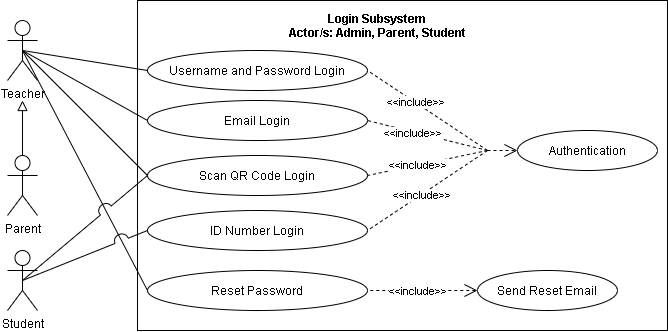
Above: REVISIONS/UML-DIAGRAMS/6-9-2021/USE CASE/Diagram-LOG IN.png in mrklglsn/CAPSTONE-FILES (draw.io), before the change. Source tidied: cells renumbered, new cells last; positions are measured from the earlier drawing's top-left corner, leaving out a move shared by most shapes.
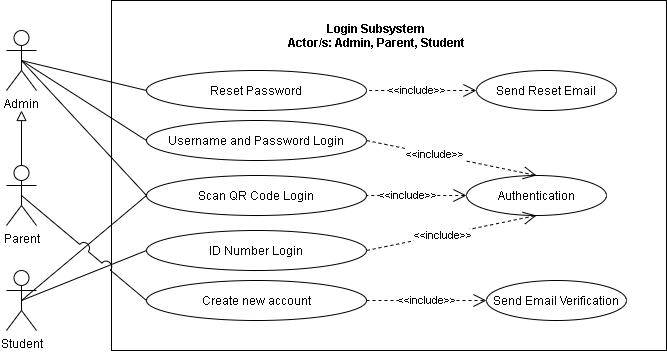
After the commit.

What changed in the source:
```diff
@@ -3,69 +3,49 @@
     <mxCell id="0" />
     <mxCell id="1" parent="0" />
     <mxCell id="2" style="html=1;fillColor=none;" parent="1" vertex="1">
-      <mxGeometry x="130" width="530" height="330" as="geometry" />
+      <mxGeometry x="105" y="-10" width="555" height="350" as="geometry" />
     </mxCell>
     <mxCell id="3" style="rounded=0;jumpStyle=arc;jumpSize=14;jettySize=auto;html=1;exitX=0.5;exitY=0.5;exitDx=0;exitDy=0;exitPerimeter=0;entryX=0;entryY=0.5;entryDx=0;entryDy=0;startArrow=none;startFill=0;endArrow=none;endFill=0;startSize=11;endSize=11;" parent="1" edge="1" source="7" target="8">
       <mxGeometry relative="1" as="geometry" />
     </mxCell>
-    <mxCell id="4" style="edgeStyle=none;rounded=0;jumpStyle=arc;jumpSize=14;jettySize=auto;html=1;exitX=0.5;exitY=0.5;exitDx=0;exitDy=0;exitPerimeter=0;entryX=0;entryY=0.5;entryDx=0;entryDy=0;startArrow=none;startFill=0;endArrow=none;endFill=0;startSize=11;endSize=11;" parent="1" edge="1" source="7" target="18">
-      <mxGeometry relative="1" as="geometry" />
-    </mxCell>
     <mxCell id="5" style="edgeStyle=none;rounded=0;jumpStyle=arc;jumpSize=14;jettySize=auto;html=1;exitX=0.5;exitY=0.5;exitDx=0;exitDy=0;exitPerimeter=0;entryX=0;entryY=0.5;entryDx=0;entryDy=0;startArrow=none;startFill=0;endArrow=none;endFill=0;startSize=11;endSize=11;" parent="1" edge="1" source="7" target="19">
       <mxGeometry relative="1" as="geometry" />
     </mxCell>
     <mxCell id="6" style="edgeStyle=none;rounded=0;jumpStyle=arc;jumpSize=14;jettySize=auto;html=1;exitX=0.5;exitY=0.5;exitDx=0;exitDy=0;exitPerimeter=0;entryX=0;entryY=0.5;entryDx=0;entryDy=0;startArrow=none;startFill=0;endArrow=none;endFill=0;startSize=11;endSize=11;" parent="1" edge="1" source="7" target="24">
       <mxGeometry relative="1" as="geometry" />
     </mxCell>
-    <mxCell id="7" value="Teacher" style="shape=umlActor;verticalLabelPosition=bottom;verticalAlign=top;html=1;fillColor=none;" parent="1" vertex="1">
+    <mxCell id="7" value="Admin" style="shape=umlActor;verticalLabelPosition=bottom;verticalAlign=top;html=1;fillColor=none;" parent="1" vertex="1">
       <mxGeometry y="20" width="30" height="60" as="geometry" />
     </mxCell>
     <mxCell id="8" value="Username and Password Login" style="ellipse;whiteSpace=wrap;html=1;fillColor=none;" parent="1" vertex="1">
-      <mxGeometry x="140" y="50" width="220" height="40" as="geometry" />
+      <mxGeometry x="140" y="110" width="220" height="40" as="geometry" />
     </mxCell>
     <mxCell id="9" value="Login Subsystem&#10;Actor/s: Admin, Parent, Student" style="text;align=center;fontStyle=1;verticalAlign=middle;spacingLeft=3;spacingRight=3;strokeColor=none;fillColor=none;" parent="1" vertex="1">
       <mxGeometry x="210" y="10" width="320" height="30" as="geometry" />
     </mxCell>
-    <mxCell id="10" style="edgeStyle=none;rounded=0;jumpStyle=arc;jumpSize=14;jettySize=auto;html=1;exitX=0;exitY=0.5;exitDx=0;exitDy=0;entryX=1;entryY=0.5;entryDx=0;entryDy=0;startArrow=none;startFill=0;endArrow=none;endFill=0;startSize=11;endSize=11;dashed=1;" parent="1" edge="1" target="8">
-      <mxGeometry relative="1" as="geometry">
-        <mxPoint x="480" y="150" as="sourcePoint" />
-      </mxGeometry>
+    <mxCell id="10" style="edgeStyle=none;rounded=0;jumpStyle=arc;jumpSize=14;jettySize=auto;html=1;entryX=1;entryY=0.5;entryDx=0;entryDy=0;startArrow=open;startFill=0;endArrow=none;endFill=0;startSize=11;endSize=11;dashed=1;exitX=0.5;exitY=0;exitDx=0;exitDy=0;" parent="1" edge="1" source="29" target="8">
+      <mxGeometry relative="1" as="geometry" />
     </mxCell>
     <mxCell id="11" value="&amp;lt;&amp;lt;include&amp;gt;&amp;gt;" style="edgeLabel;html=1;align=center;verticalAlign=middle;" parent="10" vertex="1">
       <mxGeometry x="0.2" relative="1" as="geometry" />
     </mxCell>
-    <mxCell id="12" style="edgeStyle=none;rounded=0;jumpStyle=arc;jumpSize=14;jettySize=auto;html=1;exitX=0;exitY=0.5;exitDx=0;exitDy=0;entryX=1;entryY=0.5;entryDx=0;entryDy=0;dashed=1;startArrow=none;startFill=0;endArrow=none;endFill=0;startSize=11;endSize=11;" parent="1" edge="1" target="18">
-      <mxGeometry relative="1" as="geometry">
-        <mxPoint x="480" y="150" as="sourcePoint" />
-      </mxGeometry>
-    </mxCell>
-    <mxCell id="13" value="&amp;lt;&amp;lt;include&amp;gt;&amp;gt;" style="edgeLabel;html=1;align=center;verticalAlign=middle;" parent="12" vertex="1">
-      <mxGeometry x="0.26" y="1" relative="1" as="geometry" />
-    </mxCell>
-    <mxCell id="14" style="edgeStyle=none;rounded=0;jumpStyle=arc;jumpSize=14;jettySize=auto;html=1;exitX=0;exitY=0.5;exitDx=0;exitDy=0;entryX=1;entryY=0.5;entryDx=0;entryDy=0;dashed=1;startArrow=none;startFill=0;endArrow=none;endFill=0;startSize=11;endSize=11;" parent="1" edge="1" target="19">
-      <mxGeometry relative="1" as="geometry">
-        <mxPoint x="480" y="150" as="sourcePoint" />
-      </mxGeometry>
+    <mxCell id="14" style="edgeStyle=none;rounded=0;jumpStyle=arc;jumpSize=14;jettySize=auto;html=1;entryX=1;entryY=0.5;entryDx=0;entryDy=0;dashed=1;startArrow=open;startFill=0;endArrow=none;endFill=0;startSize=11;endSize=11;exitX=0;exitY=0.5;exitDx=0;exitDy=0;" parent="1" edge="1" source="29" target="19">
+      <mxGeometry relative="1" as="geometry" />
     </mxCell>
     <mxCell id="15" value="&amp;lt;&amp;lt;include&amp;gt;&amp;gt;" style="edgeLabel;html=1;align=center;verticalAlign=middle;" parent="14" vertex="1">
       <mxGeometry x="0.18" relative="1" as="geometry" />
     </mxCell>
-    <mxCell id="16" style="edgeStyle=none;rounded=0;jumpStyle=arc;jumpSize=14;jettySize=auto;html=1;exitX=0;exitY=0.5;exitDx=0;exitDy=0;entryX=1;entryY=0.5;entryDx=0;entryDy=0;dashed=1;startArrow=none;startFill=0;endArrow=none;endFill=0;startSize=11;endSize=11;" parent="1" edge="1" target="20">
-      <mxGeometry relative="1" as="geometry">
-        <mxPoint x="480" y="150" as="sourcePoint" />
-      </mxGeometry>
+    <mxCell id="16" style="edgeStyle=none;rounded=0;jumpStyle=arc;jumpSize=14;jettySize=auto;html=1;entryX=1;entryY=0.5;entryDx=0;entryDy=0;dashed=1;startArrow=open;startFill=0;endArrow=none;endFill=0;startSize=11;endSize=11;exitX=0.5;exitY=1;exitDx=0;exitDy=0;" parent="1" edge="1" source="29" target="20">
+      <mxGeometry relative="1" as="geometry" />
     </mxCell>
     <mxCell id="17" value="&amp;lt;&amp;lt;include&amp;gt;&amp;gt;" style="edgeLabel;html=1;align=center;verticalAlign=middle;" parent="16" vertex="1">
       <mxGeometry x="0.11" relative="1" as="geometry" />
     </mxCell>
-    <mxCell id="18" value="Email Login" style="ellipse;whiteSpace=wrap;html=1;fillColor=none;" parent="1" vertex="1">
-      <mxGeometry x="140" y="100" width="220" height="40" as="geometry" />
-    </mxCell>
     <mxCell id="19" value="Scan QR Code Login" style="ellipse;whiteSpace=wrap;html=1;fillColor=none;" parent="1" vertex="1">
-      <mxGeometry x="140" y="155" width="220" height="40" as="geometry" />
+      <mxGeometry x="140" y="165" width="220" height="40" as="geometry" />
     </mxCell>
     <mxCell id="20" value="ID Number Login" style="ellipse;whiteSpace=wrap;html=1;fillColor=none;" parent="1" vertex="1">
-      <mxGeometry x="140" y="210" width="220" height="40" as="geometry" />
+      <mxGeometry x="140" y="220" width="220" height="40" as="geometry" />
     </mxCell>
     <mxCell id="21" style="edgeStyle=none;rounded=0;jumpStyle=arc;jumpSize=14;jettySize=auto;html=1;exitX=0.5;exitY=0.5;exitDx=0;exitDy=0;exitPerimeter=0;entryX=0;entryY=0.5;entryDx=0;entryDy=0;startArrow=none;startFill=0;endArrow=none;endFill=0;startSize=11;endSize=11;" parent="1" edge="1" source="23" target="19">
       <mxGeometry relative="1" as="geometry" />
@@ -74,13 +54,13 @@
       <mxGeometry relative="1" as="geometry" />
     </mxCell>
     <mxCell id="23" value="Student" style="shape=umlActor;verticalLabelPosition=bottom;verticalAlign=top;html=1;fillColor=none;" parent="1" vertex="1">
-      <mxGeometry y="250" width="30" height="60" as="geometry" />
+      <mxGeometry y="260" width="30" height="60" as="geometry" />
     </mxCell>
     <mxCell id="24" value="Reset Password" style="ellipse;whiteSpace=wrap;html=1;fillColor=none;" parent="1" vertex="1">
-      <mxGeometry x="140" y="270" width="220" height="40" as="geometry" />
+      <mxGeometry x="140" y="60" width="220" height="40" as="geometry" />
     </mxCell>
     <mxCell id="25" value="Send Reset Email" style="ellipse;whiteSpace=wrap;html=1;fillColor=none;" parent="1" vertex="1">
-      <mxGeometry x="470" y="270" width="140" height="40" as="geometry" />
+      <mxGeometry x="470" y="60" width="140" height="40" as="geometry" />
     </mxCell>
     <mxCell id="26" style="edgeStyle=none;rounded=0;jumpStyle=arc;jumpSize=14;jettySize=auto;html=1;exitX=0;exitY=0.5;exitDx=0;exitDy=0;dashed=1;startArrow=open;startFill=0;endArrow=none;endFill=0;startSize=11;endSize=11;entryX=1;entryY=0.5;entryDx=0;entryDy=0;" parent="1" edge="1" source="25" target="24">
       <mxGeometry relative="1" as="geometry" />
@@ -88,21 +68,28 @@
     <mxCell id="27" value="&amp;lt;&amp;lt;include&amp;gt;&amp;gt;" style="edgeLabel;html=1;align=center;verticalAlign=middle;" parent="26" vertex="1">
       <mxGeometry x="0.11" relative="1" as="geometry" />
     </mxCell>
-    <mxCell id="28" style="endArrow=open;dashed=1;html=1;startSize=11;endSize=11;entryX=0;entryY=0.5;entryDx=0;entryDy=0;endFill=0;" parent="1" edge="1" target="29">
-      <mxGeometry relative="1" as="geometry">
-        <mxPoint x="480" y="150" as="sourcePoint" />
-      </mxGeometry>
-    </mxCell>
     <mxCell id="29" value="Authentication" style="ellipse;whiteSpace=wrap;html=1;fillColor=none;" parent="1" vertex="1">
-      <mxGeometry x="510" y="130" width="140" height="40" as="geometry" />
+      <mxGeometry x="460" y="165" width="140" height="40" as="geometry" />
     </mxCell>
     <mxCell id="30" style="edgeStyle=orthogonalEdgeStyle;rounded=0;jettySize=auto;html=1;exitX=0.5;exitY=0;exitDx=0;exitDy=0;exitPerimeter=0;endArrow=block;endFill=0;endSize=8;" parent="1" edge="1" source="31">
       <mxGeometry relative="1" as="geometry">
         <mxPoint x="15" y="100" as="targetPoint" />
       </mxGeometry>
     </mxCell>
+    <mxCell id="32" style="rounded=0;jettySize=auto;html=1;exitX=0.5;exitY=0.5;exitDx=0;exitDy=0;exitPerimeter=0;entryX=0;entryY=0.5;entryDx=0;entryDy=0;endArrow=none;endFill=0;jumpStyle=arc;jumpSize=11;" parent="1" edge="1" source="31" target="33">
+      <mxGeometry relative="1" as="geometry" />
+    </mxCell>
     <mxCell id="31" value="Parent" style="shape=umlActor;verticalLabelPosition=bottom;verticalAlign=top;html=1;fillColor=none;" parent="1" vertex="1">
       <mxGeometry y="155" width="30" height="60" as="geometry" />
     </mxCell>
+    <mxCell id="13" value="&amp;lt;&amp;lt;include&amp;gt;&amp;gt;" style="edgeStyle=none;rounded=0;jumpStyle=arc;jumpSize=11;jettySize=auto;html=1;exitX=1;exitY=0.5;exitDx=0;exitDy=0;endArrow=open;endFill=0;dashed=1;endSize=11;" parent="1" edge="1" source="33" target="34">
+      <mxGeometry relative="1" as="geometry" />
+    </mxCell>
+    <mxCell id="33" value="Create new account" style="ellipse;whiteSpace=wrap;html=1;fillColor=none;" parent="1" vertex="1">
+      <mxGeometry x="140" y="270" width="220" height="40" as="geometry" />
+    </mxCell>
+    <mxCell id="34" value="Send Email Verification" style="ellipse;whiteSpace=wrap;html=1;fillColor=none;" parent="1" vertex="1">
+      <mxGeometry x="480" y="270" width="140" height="40" as="geometry" />
+    </mxCell>
   </root>
 </mxGraphModel>
```
